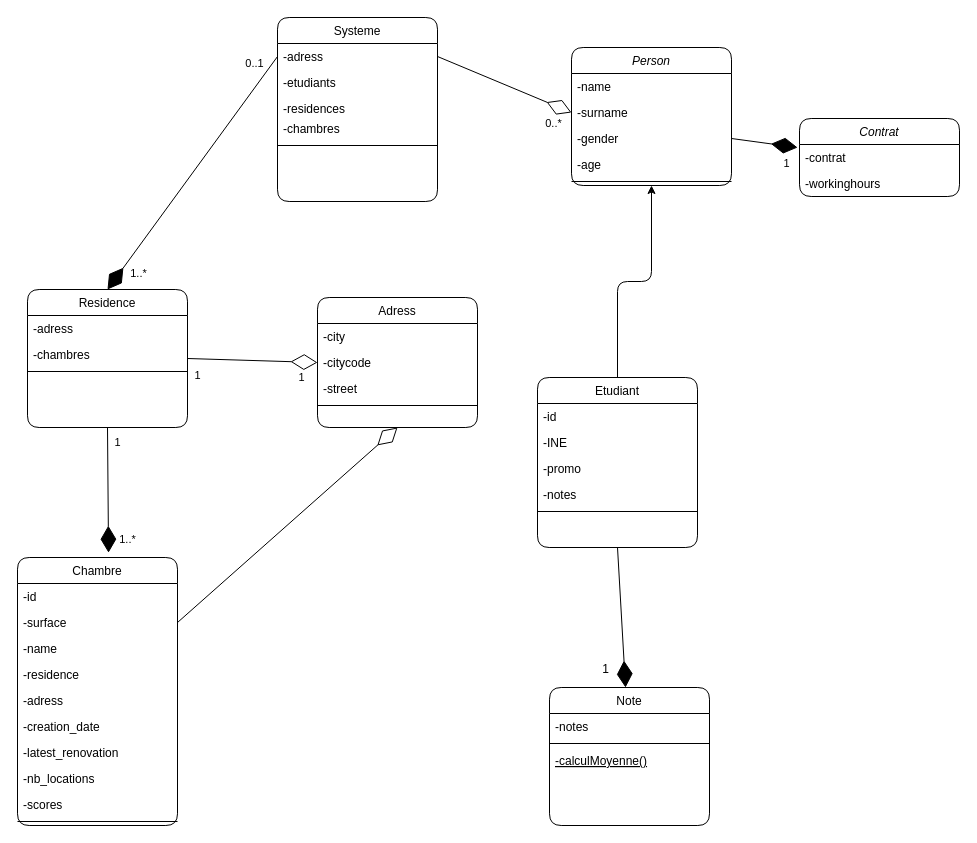
Earlier version of the draw.io diagram diagramme.drawio (bluntwise/LoterieChambres). Source tidied: cells renumbered, new cells numbered last; positions are measured from the earlier drawing's top-left corner, leaving out a move shared by most shapes. Both pictures are drawn from the tidied source at 100%, with x=0, y=0 at pixel (17, 17).
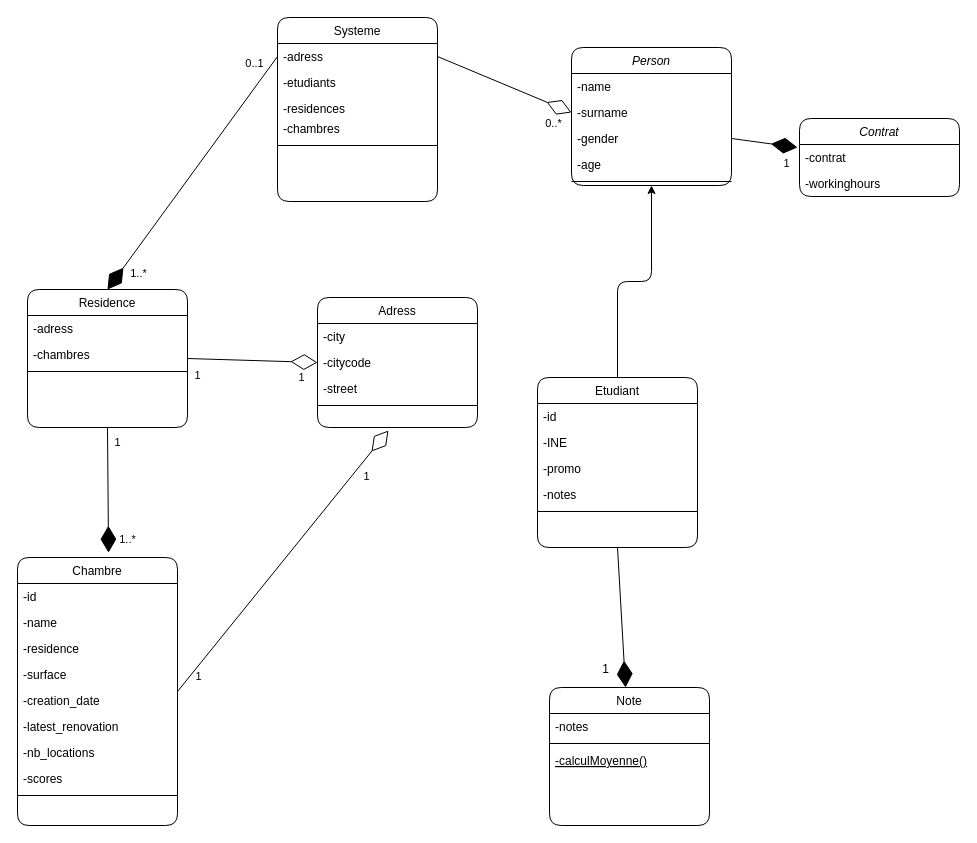
Above is the later version.

The change refers to these unchanged cells:
```xml
<mxCell id="13" value="Chambre" style="swimlane;fontStyle=0;align=center;verticalAlign=top;horizontal=1;startSize=26;rounded=1;shadow=0;strokeWidth=1;" parent="1" vertex="1">
  <mxGeometry y="540" width="160" height="268" as="geometry" />
</mxCell>
<mxCell id="46" value="Adress" style="swimlane;fontStyle=0;align=center;verticalAlign=top;horizontal=1;startSize=26;rounded=1;shadow=0;strokeWidth=1;" parent="1" vertex="1">
  <mxGeometry x="300" y="280" width="160" height="130" as="geometry" />
</mxCell>
```

The edit, as a diff of the source:
```diff
@@
-    <mxCell id="15" value="-surface" style="text;align=left;verticalAlign=top;spacingLeft=4;spacingRight=4;overflow=hidden;points=[[0,0.5],[1,0.5]];portConstraint=eastwest;rounded=1;" parent="13" vertex="1">
-      <mxGeometry y="52" width="160" height="26" as="geometry" />
-    </mxCell>
     <mxCell id="16" value="-name" style="text;align=left;verticalAlign=top;spacingLeft=4;spacingRight=4;overflow=hidden;rounded=1;" parent="13" vertex="1">
-      <mxGeometry y="78" width="160" height="26" as="geometry" />
+      <mxGeometry y="52" width="160" height="26" as="geometry" />
     </mxCell>
     <mxCell id="17" value="-residence" style="text;align=left;verticalAlign=top;spacingLeft=4;spacingRight=4;overflow=hidden;rounded=1;" parent="13" vertex="1">
-      <mxGeometry y="104" width="160" height="26" as="geometry" />
+      <mxGeometry y="78" width="160" height="26" as="geometry" />
     </mxCell>
-    <mxCell id="18" value="-adress" style="text;align=left;verticalAlign=top;spacingLeft=4;spacingRight=4;overflow=hidden;rounded=1;" parent="13" vertex="1">
-      <mxGeometry y="130" width="160" height="26" as="geometry" />
-    </mxCell>
+    <mxCell id="15" value="-surface" style="text;align=left;verticalAlign=top;spacingLeft=4;spacingRight=4;overflow=hidden;points=[[0,0.5],[1,0.5]];portConstraint=eastwest;rounded=1;" parent="13" vertex="1">
+      <mxGeometry y="104" width="160" height="26" as="geometry" />
+    </mxCell>
     <mxCell id="19" value="-creation_date" style="text;align=left;verticalAlign=top;spacingLeft=4;spacingRight=4;overflow=hidden;rounded=1;" parent="13" vertex="1">
-      <mxGeometry y="156" width="160" height="26" as="geometry" />
+      <mxGeometry y="130" width="160" height="26" as="geometry" />
     </mxCell>
     <mxCell id="20" value="-latest_renovation" style="text;align=left;verticalAlign=top;spacingLeft=4;spacingRight=4;overflow=hidden;rounded=1;" parent="13" vertex="1">
-      <mxGeometry y="182" width="160" height="26" as="geometry" />
+      <mxGeometry y="156" width="160" height="26" as="geometry" />
     </mxCell>
     <mxCell id="21" value="-nb_locations" style="text;align=left;verticalAlign=top;spacingLeft=4;spacingRight=4;overflow=hidden;rounded=1;" parent="13" vertex="1">
-      <mxGeometry y="208" width="160" height="26" as="geometry" />
+      <mxGeometry y="182" width="160" height="26" as="geometry" />
     </mxCell>
     <mxCell id="22" value="-scores" style="text;align=left;verticalAlign=top;spacingLeft=4;spacingRight=4;overflow=hidden;rounded=1;" parent="13" vertex="1">
-      <mxGeometry y="234" width="160" height="26" as="geometry" />
+      <mxGeometry y="208" width="160" height="26" as="geometry" />
     </mxCell>
     <mxCell id="23" style="line;html=1;strokeWidth=1;align=left;verticalAlign=middle;spacingTop=-1;spacingLeft=3;spacingRight=3;labelPosition=right;rounded=1;" parent="13" vertex="1">
-      <mxGeometry y="260" width="160" height="8" as="geometry" />
+      <mxGeometry y="234" width="160" height="8" as="geometry" />
     </mxCell>
@@
-    <mxCell id="60" style="endArrow=diamondThin;endFill=0;endSize=24;html=1;rounded=1;entryX=0.5;entryY=1;entryDx=0;entryDy=0;exitX=1;exitY=0.5;exitDx=0;exitDy=0;" parent="1" edge="1" source="15" target="46">
-      <mxGeometry relative="1" as="geometry" />
-    </mxCell>
@@
+    <mxCell id="65" style="endArrow=diamondThin;endFill=0;endSize=24;html=1;rounded=1;exitX=1;exitY=0.5;exitDx=0;exitDy=0;" parent="1" edge="1" source="13">
+      <mxGeometry relative="1" as="geometry">
+        <mxPoint x="371" y="413" as="targetPoint" />
+      </mxGeometry>
+    </mxCell>
+    <mxCell id="66" value="1" style="edgeLabel;html=1;align=center;verticalAlign=middle;rounded=1;" parent="65" vertex="1">
+      <mxGeometry x="0.76" y="-4" relative="1" as="geometry">
+        <mxPoint y="11" as="offset" />
+      </mxGeometry>
+    </mxCell>
+    <mxCell id="67" value="1" style="edgeLabel;html=1;align=center;verticalAlign=middle;rounded=1;" parent="65" vertex="1">
+      <mxGeometry x="-0.76" y="-2" relative="1" as="geometry">
+        <mxPoint x="-6" y="14" as="offset" />
+      </mxGeometry>
+    </mxCell>
```
